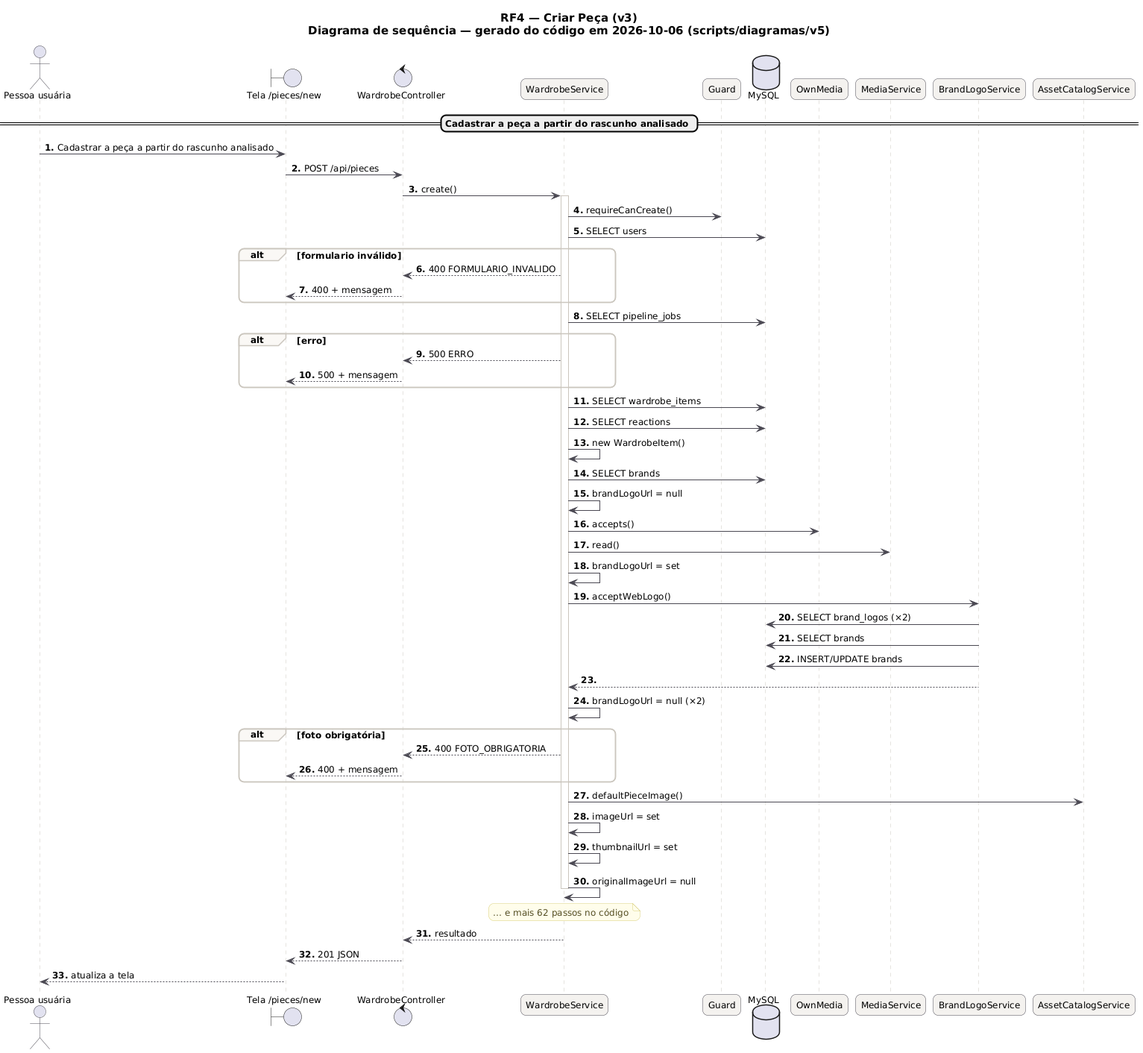
This is docs/diagramas/RF4/RF4_Sequencia_v3.png from MatheusHaliski/tcc-2026-fashion-ai-backend, a PlantUML export, as it was before one commit.
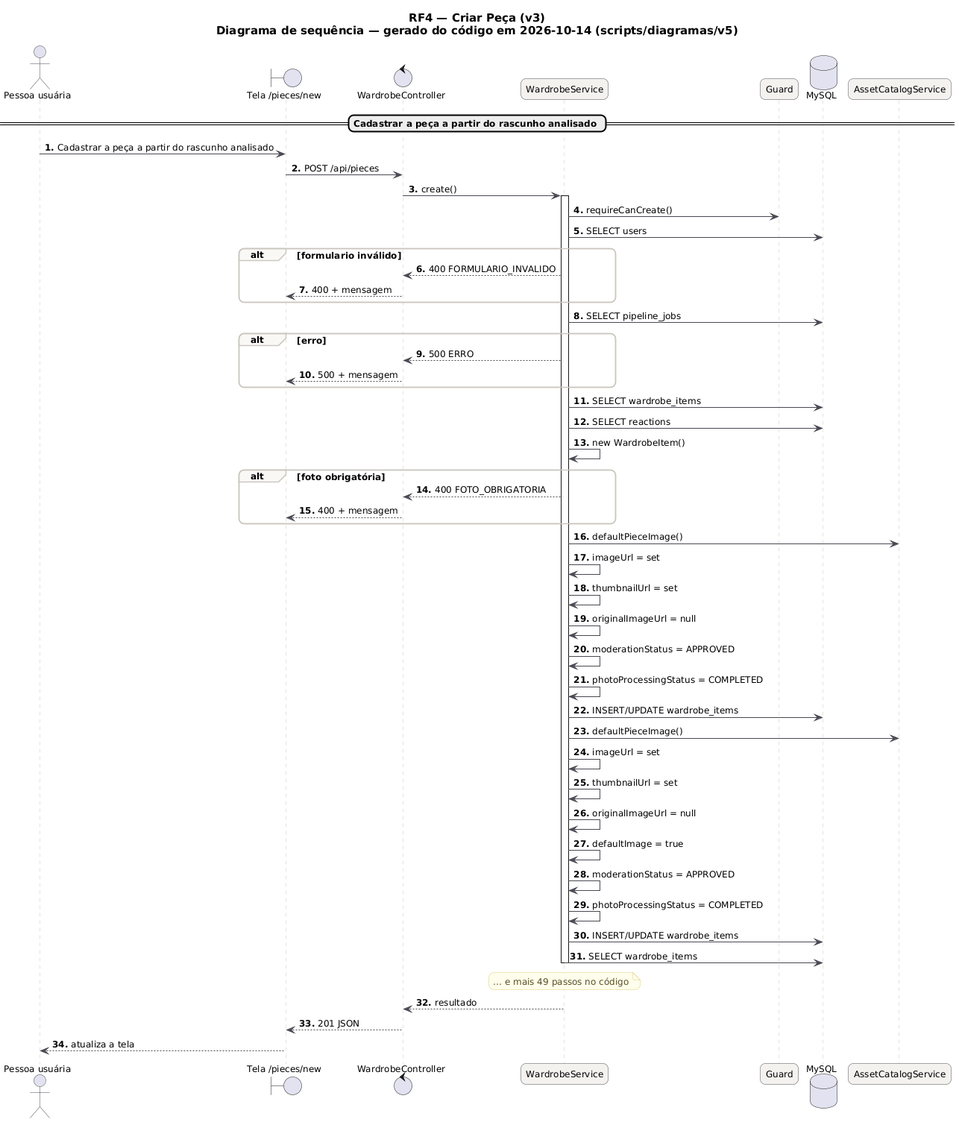
After the change.

Diff of the diagram source:
```diff
@@ -21,7 +21,7 @@
   GroupBackgroundColor #FAF8F5
 }
 autonumber "<b>0."
-title RF4 — Criar Peça (v3)\nDiagrama de sequência — gerado do código em 2026-10-06 (scripts/diagramas/v5)
+title RF4 — Criar Peça (v3)\nDiagrama de sequência — gerado do código em 2026-10-14 (scripts/diagramas/v5)
 
 actor "Pessoa usuária" as U
 boundary "Tela /pieces/new" as P
@@ -29,9 +29,6 @@
 participant "WardrobeService" as WardrobeService
 participant "Guard" as Guard
 database "MySQL" as DB_MySQL
-participant "OwnMedia" as OwnMedia
-participant "MediaService" as MediaService
-participant "BrandLogoService" as BrandLogoService
 participant "AssetCatalogService" as AssetCatalogService
 == Cadastrar a peça a partir do rascunho analisado ==
 U -> P : Cadastrar a peça a partir do rascunho analisado
@@ -52,17 +49,6 @@
 WardrobeService -> DB_MySQL : SELECT wardrobe_items
 WardrobeService -> DB_MySQL : SELECT reactions
 WardrobeService -> WardrobeService : new WardrobeItem()
-WardrobeService -> DB_MySQL : SELECT brands
-WardrobeService -> WardrobeService : brandLogoUrl = null
-WardrobeService -> OwnMedia : accepts()
-WardrobeService -> MediaService : read()
-WardrobeService -> WardrobeService : brandLogoUrl = set
-WardrobeService -> BrandLogoService : acceptWebLogo()
-BrandLogoService -> DB_MySQL : SELECT brand_logos (×2)
-BrandLogoService -> DB_MySQL : SELECT brands
-BrandLogoService -> DB_MySQL : INSERT/UPDATE brands
-BrandLogoService --> WardrobeService
-WardrobeService -> WardrobeService : brandLogoUrl = null (×2)
 alt foto obrigatória
 WardrobeService --> WardrobeController : 400 FOTO_OBRIGATORIA
 WardrobeController --> P : 400 + mensagem
@@ -71,7 +57,19 @@
 WardrobeService -> WardrobeService : imageUrl = set
 WardrobeService -> WardrobeService : thumbnailUrl = set
 WardrobeService -> WardrobeService : originalImageUrl = null
-note over WardrobeService : … e mais 62 passos no código
+WardrobeService -> WardrobeService : moderationStatus = APPROVED
+WardrobeService -> WardrobeService : photoProcessingStatus = COMPLETED
+WardrobeService -> DB_MySQL : INSERT/UPDATE wardrobe_items
+WardrobeService -> AssetCatalogService : defaultPieceImage()
+WardrobeService -> WardrobeService : imageUrl = set
+WardrobeService -> WardrobeService : thumbnailUrl = set
+WardrobeService -> WardrobeService : originalImageUrl = null
+WardrobeService -> WardrobeService : defaultImage = true
+WardrobeService -> WardrobeService : moderationStatus = APPROVED
+WardrobeService -> WardrobeService : photoProcessingStatus = COMPLETED
+WardrobeService -> DB_MySQL : INSERT/UPDATE wardrobe_items
+WardrobeService -> DB_MySQL : SELECT wardrobe_items
+note over WardrobeService : … e mais 49 passos no código
 deactivate WardrobeService
 WardrobeService --> WardrobeController : resultado
 WardrobeController --> P : 201 JSON
```
